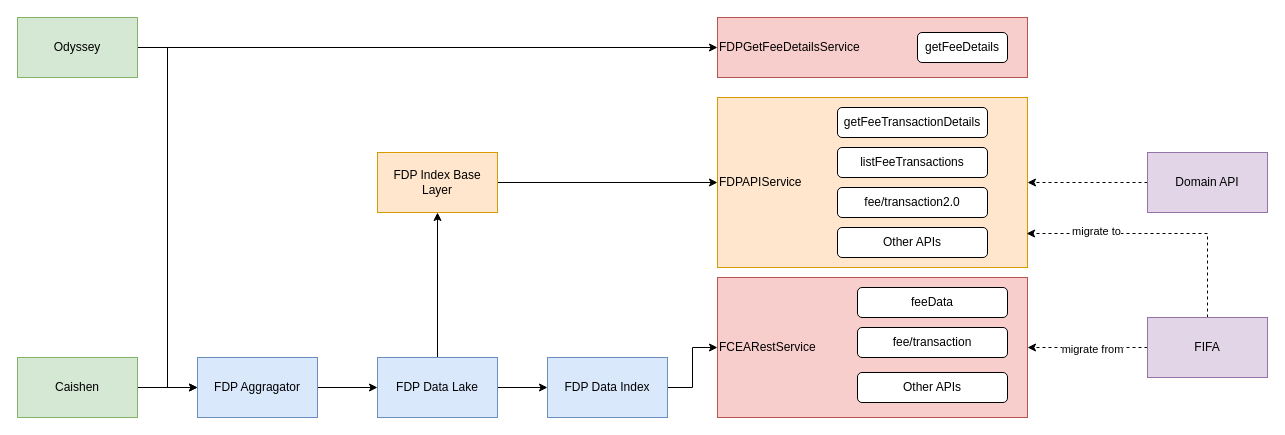
Above: FDPAPIServiceHighlevelDesign.drawio in wang2gua/test (draw.io), before the change. Source tidied: cells renumbered, new cells numbered last; positions are measured from the earlier drawing's top-left corner, leaving out a move shared by most shapes. Both pictures are drawn from the tidied source at 100%, with x=0, y=0 at pixel (17, 17).
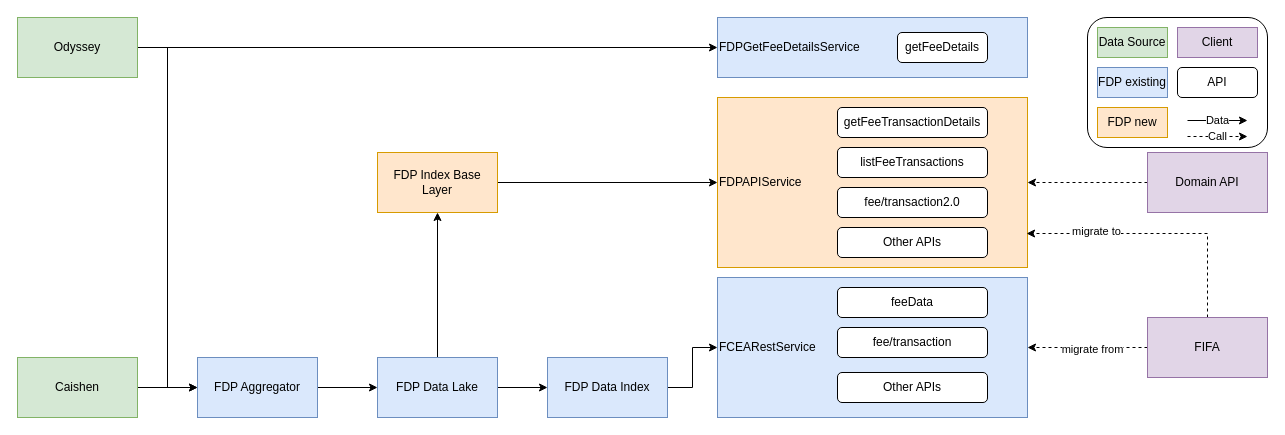
After the change.

What changed in the source:
```diff
@@
+    <mxCell id="35" style="rounded=1;whiteSpace=wrap;html=1;" parent="1" vertex="1">
+      <mxGeometry x="1070" width="180" height="130" as="geometry" />
+    </mxCell>
@@
-    <mxCell id="8" value="FDP Aggragator" style="rounded=0;whiteSpace=wrap;html=1;fillColor=#dae8fc;strokeColor=#6c8ebf;" parent="1" vertex="1">
+    <mxCell id="8" value="FDP Aggregator" style="rounded=0;whiteSpace=wrap;html=1;fillColor=#dae8fc;strokeColor=#6c8ebf;" parent="1" vertex="1">
       <mxGeometry x="180" y="340" width="120" height="60" as="geometry" />
     </mxCell>
@@
-    <mxCell id="14" value="FCEARestService" style="rounded=0;whiteSpace=wrap;html=1;fillColor=#f8cecc;strokeColor=#b85450;align=left;" parent="1" vertex="1">
+    <mxCell id="14" value="FCEARestService" style="rounded=0;whiteSpace=wrap;html=1;fillColor=#dae8fc;strokeColor=#6c8ebf;align=left;" parent="1" vertex="1">
       <mxGeometry x="700" y="260" width="310" height="140" as="geometry" />
     </mxCell>
@@
-    <mxCell id="18" value="FDPGetFeeDetailsService" style="rounded=0;whiteSpace=wrap;html=1;fillColor=#f8cecc;strokeColor=#b85450;align=left;" parent="1" vertex="1">
+    <mxCell id="18" value="FDPGetFeeDetailsService" style="rounded=0;whiteSpace=wrap;html=1;fillColor=#dae8fc;strokeColor=#6c8ebf;align=left;" parent="1" vertex="1">
       <mxGeometry x="700" width="310" height="60" as="geometry" />
     </mxCell>
     <mxCell id="19" value="getFeeDetails" style="rounded=1;whiteSpace=wrap;html=1;" parent="1" vertex="1">
-      <mxGeometry x="900" y="15" width="90" height="30" as="geometry" />
+      <mxGeometry x="880" y="15" width="90" height="30" as="geometry" />
     </mxCell>
@@
     <mxCell id="32" value="Other APIs" style="rounded=1;whiteSpace=wrap;html=1;" parent="1" vertex="1">
-      <mxGeometry x="840" y="355" width="150" height="30" as="geometry" />
+      <mxGeometry x="820" y="355" width="150" height="30" as="geometry" />
     </mxCell>
     <mxCell id="33" value="feeData" style="rounded=1;whiteSpace=wrap;html=1;" parent="1" vertex="1">
-      <mxGeometry x="840" y="270" width="150" height="30" as="geometry" />
+      <mxGeometry x="820" y="270" width="150" height="30" as="geometry" />
     </mxCell>
     <mxCell id="34" value="fee/transaction" style="rounded=1;whiteSpace=wrap;html=1;" parent="1" vertex="1">
-      <mxGeometry x="840" y="310" width="150" height="30" as="geometry" />
+      <mxGeometry x="820" y="310" width="150" height="30" as="geometry" />
     </mxCell>
+    <mxCell id="36" value="Data Source" style="rounded=0;whiteSpace=wrap;html=1;fillColor=#d5e8d4;strokeColor=#82b366;" parent="1" vertex="1">
+      <mxGeometry x="1080" y="10" width="70" height="30" as="geometry" />
+    </mxCell>
+    <mxCell id="37" value="FDP existing" style="rounded=0;whiteSpace=wrap;html=1;fillColor=#dae8fc;strokeColor=#6c8ebf;" parent="1" vertex="1">
+      <mxGeometry x="1080" y="50" width="70" height="30" as="geometry" />
+    </mxCell>
+    <mxCell id="38" value="FDP new" style="rounded=0;whiteSpace=wrap;html=1;fillColor=#ffe6cc;strokeColor=#d79b00;" parent="1" vertex="1">
+      <mxGeometry x="1080" y="90" width="70" height="30" as="geometry" />
+    </mxCell>
+    <mxCell id="39" value="Client" style="rounded=0;whiteSpace=wrap;html=1;fillColor=#e1d5e7;strokeColor=#9673a6;" parent="1" vertex="1">
+      <mxGeometry x="1160" y="10" width="80" height="30" as="geometry" />
+    </mxCell>
+    <mxCell id="40" value="Data" style="endArrow=classic;html=1;rounded=0;" parent="1" edge="1">
+      <mxGeometry relative="1" as="geometry">
+        <mxPoint x="1170" y="103" as="sourcePoint" />
+        <mxPoint x="1230" y="103" as="targetPoint" />
+      </mxGeometry>
+    </mxCell>
+    <mxCell id="41" value="Call" style="endArrow=classic;html=1;rounded=0;dashed=1;" parent="1" edge="1">
+      <mxGeometry relative="1" as="geometry">
+        <mxPoint x="1170" y="119" as="sourcePoint" />
+        <mxPoint x="1230" y="119" as="targetPoint" />
+      </mxGeometry>
+    </mxCell>
+    <mxCell id="42" value="API" style="rounded=1;whiteSpace=wrap;html=1;" parent="1" vertex="1">
+      <mxGeometry x="1160" y="50" width="80" height="30" as="geometry" />
+    </mxCell>
```
